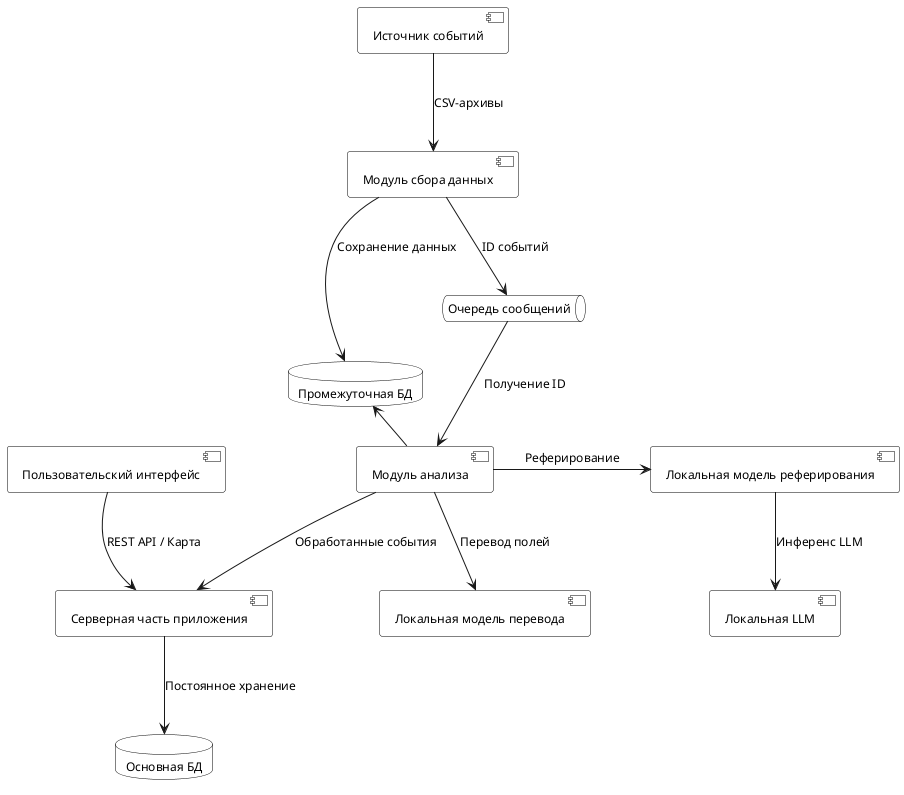
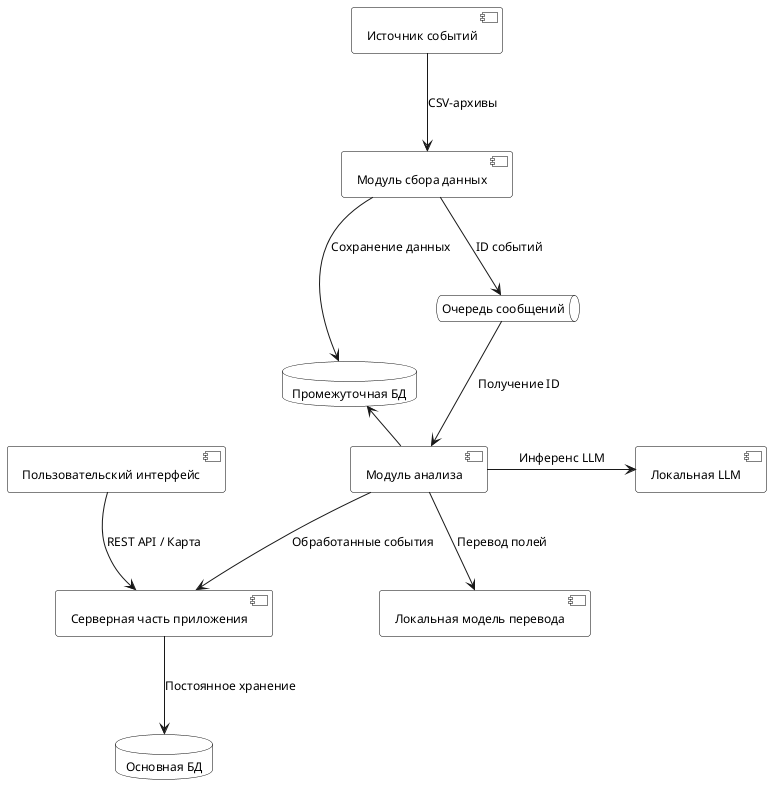
@startuml components_diagramm
top to bottom direction
skinparam defaultTextAlignment center
skinparam componentStyle uml2

' Настройки для экономной печати
skinparam monochrome true
skinparam shadowing false
skinparam defaultFontName "Verdana"
skinparam defaultFontSize 12

' Принудительный белый фон для всех типов элементов на этой диаграмме
skinparam ComponentBackgroundColor white
skinparam DatabaseBackgroundColor white
skinparam QueueBackgroundColor white

skinparam ComponentBorderColor black
skinparam DatabaseBorderColor black
skinparam QueueBorderColor black

' Увеличиваем расстояния, чтобы разгрузить перекрестные связи
skinparam nodesep 60
skinparam ranksep 80

' Источники и сбор (Верхний уровень)
[Источник событий] as GDELT
[Модуль сбора данных] as Fetcher
database "Промежуточная БД" as SDB

' Очередь и логика (Средний уровень)
queue "Очередь сообщений" as RMQ
[Модуль анализа] as Analyzer
[Локальная LLM] as Ollama
[Локальная модель перевода] as Translator
- [Локальная модель реферирования] as Summarizer

' Хранение и UI (Нижний уровень)
[Серверная часть приложения] as Core
database "Основная БД" as CDB
[Пользовательский интерфейс] as Web

' --- СВЯЗИ ---

' 1. Сбор данных
GDELT --> Fetcher : CSV-архивы
Fetcher --> SDB : Сохранение данных
Fetcher --> RMQ : ID событий

' 2. Анализ данных
RMQ --> Analyzer : Получение ID
Analyzer -left-> SDB : Чтение данных
Analyzer --> Translator : Перевод полей
- Analyzer -right-> Summarizer : Реферирование
- Summarizer --> Ollama : Инференс LLM
+ Analyzer -right-> Ollama : Инференс LLM
Analyzer --> Core : Обработанные события

' 3. Хранение и отображение
Core --> CDB : Постоянное хранение
Web --> Core : REST API / Карта

@enduml